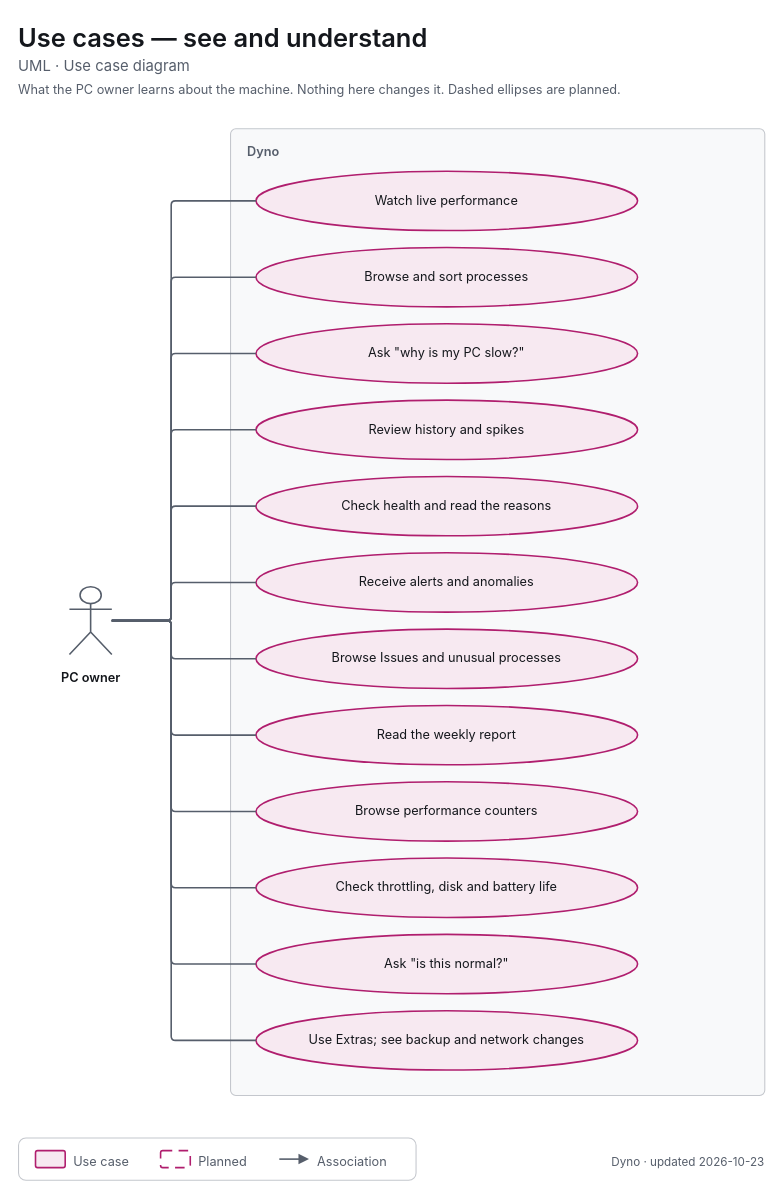
decryp7/paddock keeps this draw.io diagram as apps/dyno/diagrams/uml-use-cases-observe.drawio. Above is the earlier version. Source tidied: cells renumbered, new cells numbered last; positions are measured from the earlier drawing's top-left corner, leaving out a move shared by most shapes. Both pictures are drawn from the tidied source at 106%, with x=0, y=0 at pixel (18, 18).
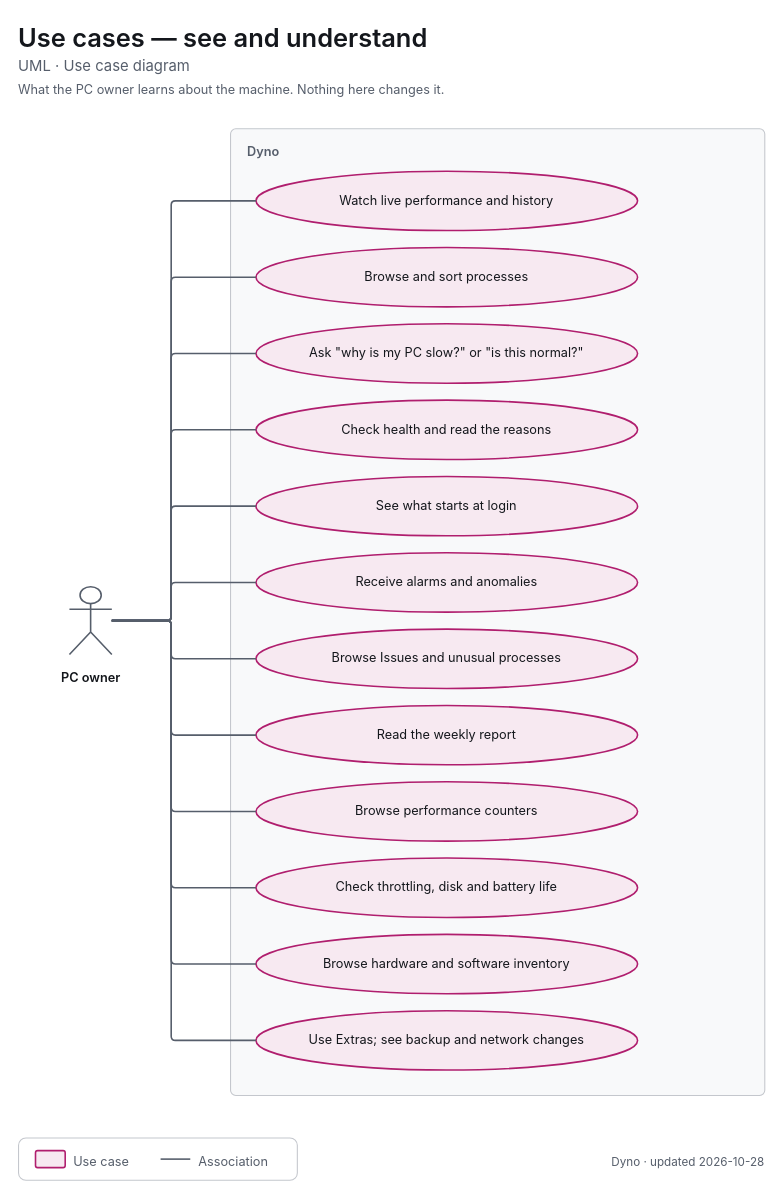
The same page after the edit.

What changed in the source:
```diff
@@
-    <mxCell id="4" value="&lt;span style=&quot;font-size:12px;font-weight:400&quot;&gt;What the PC owner learns about the machine. Nothing here changes it. Dashed ellipses are planned.&lt;/span&gt;" style="html=1;whiteSpace=wrap;fontFamily=-apple-system,BlinkMacSystemFont,Segoe UI,system-ui,sans-serif;fontSize=12;fontColor=light-dark(#14171C,#ECEEF1);text;strokeColor=none;fillColor=none;align=left;verticalAlign=top;spacing=0;fontColor=light-dark(#565E6B,#A0A7B2);" parent="1" vertex="1">
+    <mxCell id="4" value="&lt;span style=&quot;font-size:12px;font-weight:400&quot;&gt;What the PC owner learns about the machine. Nothing here changes it.&lt;/span&gt;" style="html=1;whiteSpace=wrap;fontFamily=-apple-system,BlinkMacSystemFont,Segoe UI,system-ui,sans-serif;fontSize=12;fontColor=light-dark(#14171C,#ECEEF1);text;strokeColor=none;fillColor=none;align=left;verticalAlign=top;spacing=0;fontColor=light-dark(#565E6B,#A0A7B2);" parent="1" vertex="1">
       <mxGeometry y="56" width="704" height="20" as="geometry" />
     </mxCell>
@@
-    <mxCell id="6" value="&lt;span style=&quot;font-size:12px&quot;&gt;Watch live performance&lt;/span&gt;" style="html=1;whiteSpace=wrap;fontFamily=-apple-system,BlinkMacSystemFont,Segoe UI,system-ui,sans-serif;fontSize=12;fontColor=light-dark(#14171C,#ECEEF1);ellipse;strokeWidth=1.5;strokeColor=light-dark(#B01E6E,#F063A8);fillColor=light-dark(#F7E9F1,#382332);align=center;verticalAlign=middle;spacingLeft=28;spacingRight=28;" parent="1" vertex="1">
+    <mxCell id="6" value="&lt;span style=&quot;font-size:12px&quot;&gt;Watch live performance and history&lt;/span&gt;" style="html=1;whiteSpace=wrap;fontFamily=-apple-system,BlinkMacSystemFont,Segoe UI,system-ui,sans-serif;fontSize=12;fontColor=light-dark(#14171C,#ECEEF1);ellipse;strokeWidth=1.5;strokeColor=light-dark(#B01E6E,#F063A8);fillColor=light-dark(#F7E9F1,#382332);align=center;verticalAlign=middle;spacingLeft=28;spacingRight=28;" parent="1" vertex="1">
       <mxGeometry x="224" y="144" width="360" height="56" as="geometry" />
     </mxCell>
@@
-    <mxCell id="8" value="&lt;span style=&quot;font-size:12px&quot;&gt;Ask &amp;quot;why is my PC slow?&amp;quot;&lt;/span&gt;" style="html=1;whiteSpace=wrap;fontFamily=-apple-system,BlinkMacSystemFont,Segoe UI,system-ui,sans-serif;fontSize=12;fontColor=light-dark(#14171C,#ECEEF1);ellipse;strokeWidth=1.5;strokeColor=light-dark(#B01E6E,#F063A8);fillColor=light-dark(#F7E9F1,#382332);align=center;verticalAlign=middle;spacingLeft=28;spacingRight=28;" parent="1" vertex="1">
+    <mxCell id="8" value="&lt;span style=&quot;font-size:12px&quot;&gt;Ask &amp;quot;why is my PC slow?&amp;quot; or &amp;quot;is this normal?&amp;quot;&lt;/span&gt;" style="html=1;whiteSpace=wrap;fontFamily=-apple-system,BlinkMacSystemFont,Segoe UI,system-ui,sans-serif;fontSize=12;fontColor=light-dark(#14171C,#ECEEF1);ellipse;strokeWidth=1.5;strokeColor=light-dark(#B01E6E,#F063A8);fillColor=light-dark(#F7E9F1,#382332);align=center;verticalAlign=middle;spacingLeft=28;spacingRight=28;" parent="1" vertex="1">
       <mxGeometry x="224" y="288" width="360" height="56" as="geometry" />
     </mxCell>
-    <mxCell id="9" value="&lt;span style=&quot;font-size:12px&quot;&gt;Review history and spikes&lt;/span&gt;" style="html=1;whiteSpace=wrap;fontFamily=-apple-system,BlinkMacSystemFont,Segoe UI,system-ui,sans-serif;fontSize=12;fontColor=light-dark(#14171C,#ECEEF1);ellipse;strokeWidth=1.5;strokeColor=light-dark(#B01E6E,#F063A8);fillColor=light-dark(#F7E9F1,#382332);align=center;verticalAlign=middle;spacingLeft=28;spacingRight=28;" parent="1" vertex="1">
+    <mxCell id="9" value="&lt;span style=&quot;font-size:12px&quot;&gt;Check health and read the reasons&lt;/span&gt;" style="html=1;whiteSpace=wrap;fontFamily=-apple-system,BlinkMacSystemFont,Segoe UI,system-ui,sans-serif;fontSize=12;fontColor=light-dark(#14171C,#ECEEF1);ellipse;strokeWidth=1.5;strokeColor=light-dark(#B01E6E,#F063A8);fillColor=light-dark(#F7E9F1,#382332);align=center;verticalAlign=middle;spacingLeft=28;spacingRight=28;" parent="1" vertex="1">
       <mxGeometry x="224" y="360" width="360" height="56" as="geometry" />
     </mxCell>
-    <mxCell id="10" value="&lt;span style=&quot;font-size:12px&quot;&gt;Check health and read the reasons&lt;/span&gt;" style="html=1;whiteSpace=wrap;fontFamily=-apple-system,BlinkMacSystemFont,Segoe UI,system-ui,sans-serif;fontSize=12;fontColor=light-dark(#14171C,#ECEEF1);ellipse;strokeWidth=1.5;strokeColor=light-dark(#B01E6E,#F063A8);fillColor=light-dark(#F7E9F1,#382332);align=center;verticalAlign=middle;spacingLeft=28;spacingRight=28;" parent="1" vertex="1">
+    <mxCell id="10" value="&lt;span style=&quot;font-size:12px&quot;&gt;See what starts at login&lt;/span&gt;" style="html=1;whiteSpace=wrap;fontFamily=-apple-system,BlinkMacSystemFont,Segoe UI,system-ui,sans-serif;fontSize=12;fontColor=light-dark(#14171C,#ECEEF1);ellipse;strokeWidth=1.5;strokeColor=light-dark(#B01E6E,#F063A8);fillColor=light-dark(#F7E9F1,#382332);align=center;verticalAlign=middle;spacingLeft=28;spacingRight=28;" parent="1" vertex="1">
       <mxGeometry x="224" y="432" width="360" height="56" as="geometry" />
     </mxCell>
-    <mxCell id="11" value="&lt;span style=&quot;font-size:12px&quot;&gt;Receive alerts and anomalies&lt;/span&gt;" style="html=1;whiteSpace=wrap;fontFamily=-apple-system,BlinkMacSystemFont,Segoe UI,system-ui,sans-serif;fontSize=12;fontColor=light-dark(#14171C,#ECEEF1);ellipse;strokeWidth=1.5;strokeColor=light-dark(#B01E6E,#F063A8);fillColor=light-dark(#F7E9F1,#382332);align=center;verticalAlign=middle;spacingLeft=28;spacingRight=28;" parent="1" vertex="1">
+    <mxCell id="11" value="&lt;span style=&quot;font-size:12px&quot;&gt;Receive alarms and anomalies&lt;/span&gt;" style="html=1;whiteSpace=wrap;fontFamily=-apple-system,BlinkMacSystemFont,Segoe UI,system-ui,sans-serif;fontSize=12;fontColor=light-dark(#14171C,#ECEEF1);ellipse;strokeWidth=1.5;strokeColor=light-dark(#B01E6E,#F063A8);fillColor=light-dark(#F7E9F1,#382332);align=center;verticalAlign=middle;spacingLeft=28;spacingRight=28;" parent="1" vertex="1">
       <mxGeometry x="224" y="504" width="360" height="56" as="geometry" />
     </mxCell>
@@
-    <mxCell id="16" value="&lt;span style=&quot;font-size:12px&quot;&gt;Ask &amp;quot;is this normal?&amp;quot;&lt;/span&gt;" style="html=1;whiteSpace=wrap;fontFamily=-apple-system,BlinkMacSystemFont,Segoe UI,system-ui,sans-serif;fontSize=12;fontColor=light-dark(#14171C,#ECEEF1);ellipse;strokeWidth=1.5;strokeColor=light-dark(#B01E6E,#F063A8);fillColor=light-dark(#F7E9F1,#382332);align=center;verticalAlign=middle;spacingLeft=28;spacingRight=28;" parent="1" vertex="1">
+    <mxCell id="16" value="&lt;span style=&quot;font-size:12px&quot;&gt;Browse hardware and software inventory&lt;/span&gt;" style="html=1;whiteSpace=wrap;fontFamily=-apple-system,BlinkMacSystemFont,Segoe UI,system-ui,sans-serif;fontSize=12;fontColor=light-dark(#14171C,#ECEEF1);ellipse;strokeWidth=1.5;strokeColor=light-dark(#B01E6E,#F063A8);fillColor=light-dark(#F7E9F1,#382332);align=center;verticalAlign=middle;spacingLeft=28;spacingRight=28;" parent="1" vertex="1">
       <mxGeometry x="224" y="864" width="360" height="56" as="geometry" />
     </mxCell>
@@
     <mxCell id="31" style="rounded=1;absoluteArcSize=1;arcSize=14;strokeWidth=1;strokeColor=light-dark(#C4C7CD,#353A42);fillColor=none;" parent="1" vertex="1">
-      <mxGeometry y="1056" width="375" height="40" as="geometry" />
+      <mxGeometry y="1056" width="263" height="40" as="geometry" />
     </mxCell>
@@
-    <mxCell id="34" style="rounded=1;absoluteArcSize=1;arcSize=4;strokeWidth=1.5;strokeColor=light-dark(#B01E6E,#F063A8);fillColor=light-dark(#FFFFFF,#15171B);dashed=1;dashPattern=6 4;" parent="1" vertex="1">
-      <mxGeometry x="134" y="1068" width="28" height="16" as="geometry" />
+    <mxCell id="34" style="edgeStyle=none;rounded=1;html=1;strokeWidth=1.5;strokeColor=light-dark(#565E6B,#A0A7B2);endArrow=none;endFill=0;endSize=6;" parent="1" edge="1">
+      <mxGeometry relative="1" as="geometry">
+        <mxPoint x="134" y="1076" as="sourcePoint" />
+        <mxPoint x="162" y="1076" as="targetPoint" />
+      </mxGeometry>
     </mxCell>
-    <mxCell id="35" value="&lt;span style=&quot;font-size:12px;font-weight:400&quot;&gt;Planned&lt;/span&gt;" style="html=1;whiteSpace=wrap;fontFamily=-apple-system,BlinkMacSystemFont,Segoe UI,system-ui,sans-serif;fontSize=12;fontColor=light-dark(#14171C,#ECEEF1);text;strokeColor=none;fillColor=none;align=left;verticalAlign=top;spacing=0;fontColor=light-dark(#565E6B,#A0A7B2);" parent="1" vertex="1">
-      <mxGeometry x="170" y="1067" width="52" height="18" as="geometry" />
+    <mxCell id="35" value="&lt;span style=&quot;font-size:12px;font-weight:400&quot;&gt;Association&lt;/span&gt;" style="html=1;whiteSpace=wrap;fontFamily=-apple-system,BlinkMacSystemFont,Segoe UI,system-ui,sans-serif;fontSize=12;fontColor=light-dark(#14171C,#ECEEF1);text;strokeColor=none;fillColor=none;align=left;verticalAlign=top;spacing=0;fontColor=light-dark(#565E6B,#A0A7B2);" parent="1" vertex="1">
+      <mxGeometry x="170" y="1067" width="77" height="18" as="geometry" />
     </mxCell>
-    <mxCell id="36" style="edgeStyle=none;rounded=1;html=1;strokeWidth=1.5;strokeColor=light-dark(#565E6B,#A0A7B2);endArrow=block;endFill=1;endSize=6;" parent="1" edge="1">
-      <mxGeometry relative="1" as="geometry">
-        <mxPoint x="246" y="1076" as="sourcePoint" />
-        <mxPoint x="274" y="1076" as="targetPoint" />
-      </mxGeometry>
-    </mxCell>
-    <mxCell id="37" value="&lt;span style=&quot;font-size:12px;font-weight:400&quot;&gt;Association&lt;/span&gt;" style="html=1;whiteSpace=wrap;fontFamily=-apple-system,BlinkMacSystemFont,Segoe UI,system-ui,sans-serif;fontSize=12;fontColor=light-dark(#14171C,#ECEEF1);text;strokeColor=none;fillColor=none;align=left;verticalAlign=top;spacing=0;fontColor=light-dark(#565E6B,#A0A7B2);" parent="1" vertex="1">
-      <mxGeometry x="282" y="1067" width="77" height="18" as="geometry" />
-    </mxCell>
-    <mxCell id="38" value="&lt;span style=&quot;font-size:11px;font-weight:400&quot;&gt;Dyno · updated 2026-10-23&lt;/span&gt;" style="html=1;whiteSpace=wrap;fontFamily=-apple-system,BlinkMacSystemFont,Segoe UI,system-ui,sans-serif;fontSize=12;fontColor=light-dark(#14171C,#ECEEF1);text;strokeColor=none;fillColor=none;align=right;verticalAlign=top;spacing=0;fontColor=light-dark(#565E6B,#A0A7B2);" parent="1" vertex="1">
+    <mxCell id="38" value="&lt;span style=&quot;font-size:11px;font-weight:400&quot;&gt;Dyno · updated 2026-10-28&lt;/span&gt;" style="html=1;whiteSpace=wrap;fontFamily=-apple-system,BlinkMacSystemFont,Segoe UI,system-ui,sans-serif;fontSize=12;fontColor=light-dark(#14171C,#ECEEF1);text;strokeColor=none;fillColor=none;align=right;verticalAlign=top;spacing=0;fontColor=light-dark(#565E6B,#A0A7B2);" parent="1" vertex="1">
       <mxGeometry x="344" y="1067" width="360" height="18" as="geometry" />
     </mxCell>
```
